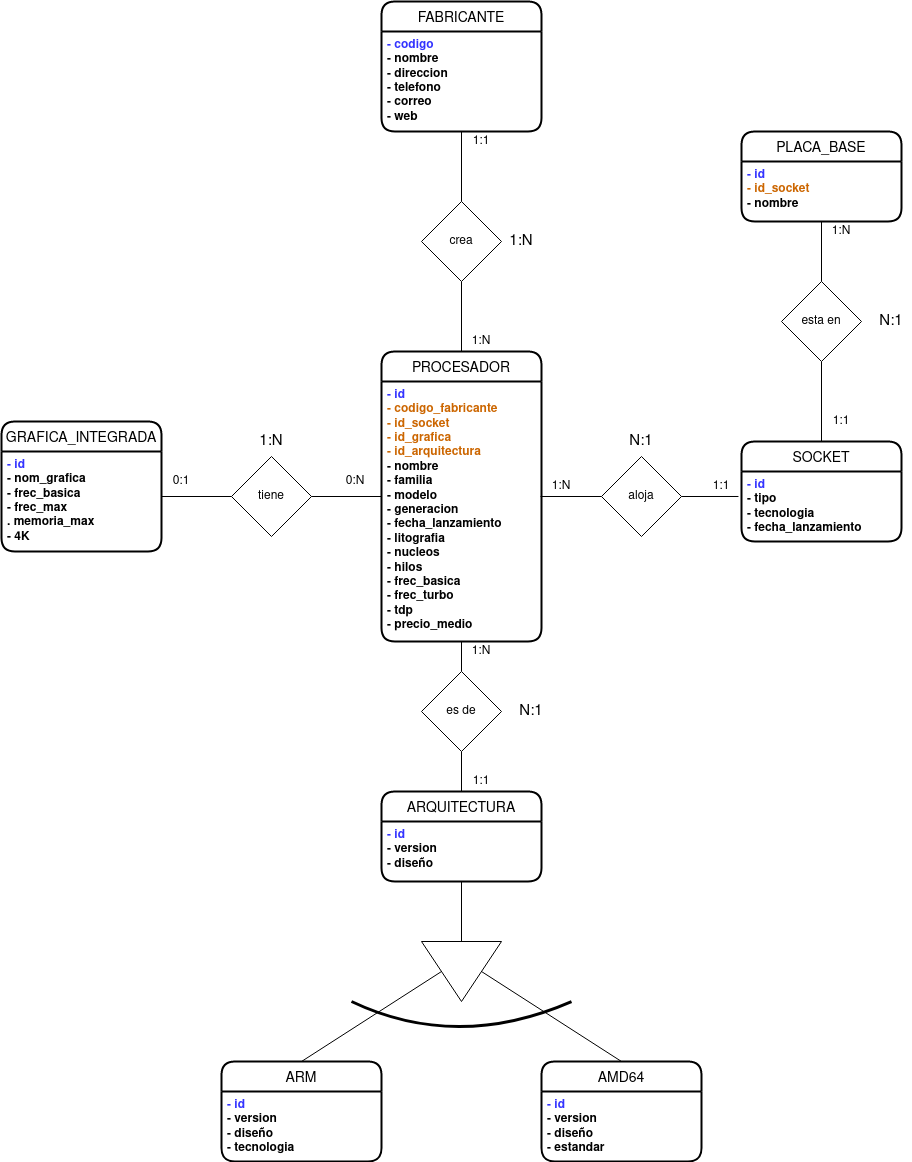
Before: images/Trabajo_Final_BAE(3).png, a diagram exported from draw.io (Alejandro1901/ProcesadoresDB). Source tidied: cells renumbered, new cells last; positions are measured from the earlier drawing's top-left corner, leaving out a move shared by most shapes.
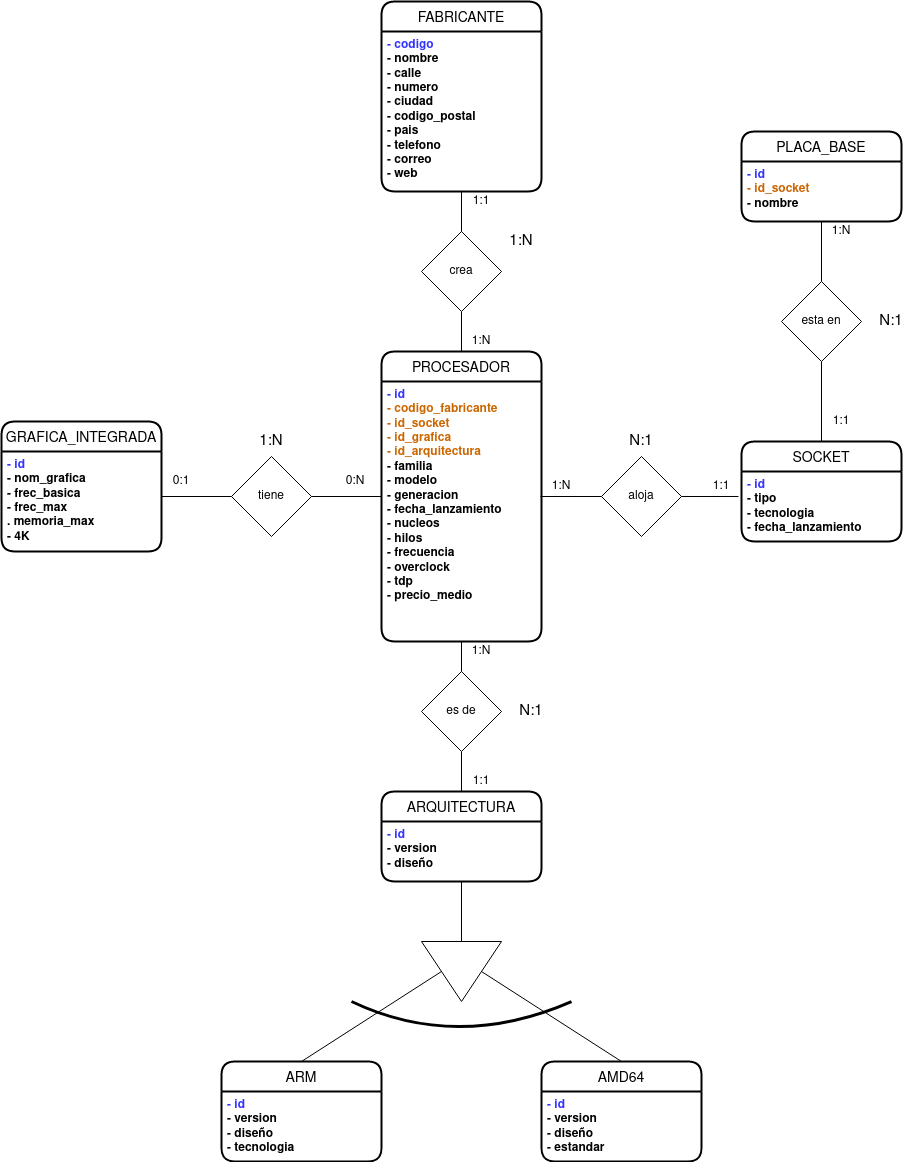
Above is the later version.

Commit message:
actualizacion diagramas e-r

Diff of the diagram source:
```diff
@@ -5,7 +5,7 @@
     <mxCell id="2" value="PROCESADOR" style="swimlane;horizontal=1;startSize=30;rounded=1;fontSize=14;fontStyle=0;strokeWidth=2;shadow=0;dashed=0;align=center;" parent="1" vertex="1">
       <mxGeometry x="380" y="350" width="160" height="290" as="geometry" />
     </mxCell>
-    <mxCell id="3" value="&lt;div&gt;- id&lt;br&gt;&lt;/div&gt;&lt;font color=&quot;#CC6600&quot;&gt;- codigo_fabricante&lt;br&gt;&lt;/font&gt;&lt;div&gt;&lt;font color=&quot;#CC6600&quot;&gt;- id_socket&lt;br&gt;&lt;/font&gt;&lt;/div&gt;&lt;div&gt;&lt;font color=&quot;#CC6600&quot;&gt;- id_grafica&lt;/font&gt;&lt;br&gt;&lt;/div&gt;&lt;div&gt;&lt;font color=&quot;#CC6600&quot;&gt;- id_arquitectura&lt;/font&gt;&lt;br&gt;&lt;font color=&quot;#CC6600&quot;&gt;&lt;font color=&quot;#000000&quot;&gt;- nombre&lt;/font&gt;&lt;/font&gt;&lt;/div&gt;&lt;div&gt;&lt;font color=&quot;#CC6600&quot;&gt;&lt;font color=&quot;#000000&quot;&gt;- familia&lt;br&gt;&lt;/font&gt;&lt;/font&gt;&lt;/div&gt;&lt;div&gt;&lt;font color=&quot;#CC6600&quot;&gt;&lt;font color=&quot;#000000&quot;&gt;- modelo&lt;/font&gt;&lt;/font&gt;&lt;/div&gt;&lt;div&gt;&lt;font color=&quot;#CC6600&quot;&gt;&lt;font color=&quot;#000000&quot;&gt;- generacion&lt;/font&gt;&lt;/font&gt;&lt;/div&gt;&lt;div&gt;&lt;font color=&quot;#CC6600&quot;&gt;&lt;font color=&quot;#000000&quot;&gt;- fecha_lanzamiento&lt;/font&gt;&lt;/font&gt;&lt;/div&gt;&lt;div&gt;&lt;font color=&quot;#CC6600&quot;&gt;&lt;font color=&quot;#000000&quot;&gt;- litografia&lt;/font&gt;&lt;/font&gt;&lt;/div&gt;&lt;div&gt;&lt;font color=&quot;#CC6600&quot;&gt;&lt;font color=&quot;#000000&quot;&gt;- nucleos&lt;/font&gt;&lt;/font&gt;&lt;/div&gt;&lt;div&gt;&lt;font color=&quot;#CC6600&quot;&gt;&lt;font color=&quot;#000000&quot;&gt;- hilos&lt;/font&gt;&lt;/font&gt;&lt;/div&gt;&lt;div&gt;&lt;font color=&quot;#CC6600&quot;&gt;&lt;font color=&quot;#000000&quot;&gt;- frec_basica&lt;/font&gt;&lt;/font&gt;&lt;/div&gt;&lt;div&gt;&lt;font color=&quot;#CC6600&quot;&gt;&lt;font color=&quot;#000000&quot;&gt;- frec_turbo&lt;/font&gt;&lt;/font&gt;&lt;/div&gt;&lt;div&gt;&lt;font color=&quot;#CC6600&quot;&gt;&lt;font color=&quot;#000000&quot;&gt;- tdp&lt;/font&gt;&lt;/font&gt;&lt;/div&gt;&lt;div&gt;&lt;font color=&quot;#000000&quot;&gt;- precio_medio&lt;/font&gt;&lt;br&gt;&lt;/div&gt;" style="align=left;strokeColor=none;fillColor=none;spacingLeft=4;fontSize=12;verticalAlign=top;fontStyle=1;fontColor=#3333FF;html=1;" parent="2" vertex="1">
+    <mxCell id="3" value="&lt;div&gt;- id&lt;br&gt;&lt;/div&gt;&lt;font color=&quot;#CC6600&quot;&gt;- codigo_fabricante&lt;br&gt;&lt;/font&gt;&lt;div&gt;&lt;font color=&quot;#CC6600&quot;&gt;- id_socket&lt;br&gt;&lt;/font&gt;&lt;/div&gt;&lt;div&gt;&lt;font color=&quot;#CC6600&quot;&gt;- id_grafica&lt;/font&gt;&lt;br&gt;&lt;/div&gt;&lt;div&gt;&lt;font color=&quot;#CC6600&quot;&gt;- id_arquitectura&lt;/font&gt;&lt;br&gt;&lt;/div&gt;&lt;div&gt;&lt;font color=&quot;#CC6600&quot;&gt;&lt;font color=&quot;#000000&quot;&gt;- familia&lt;br&gt;&lt;/font&gt;&lt;/font&gt;&lt;/div&gt;&lt;div&gt;&lt;font color=&quot;#CC6600&quot;&gt;&lt;font color=&quot;#000000&quot;&gt;- modelo&lt;/font&gt;&lt;/font&gt;&lt;/div&gt;&lt;div&gt;&lt;font color=&quot;#CC6600&quot;&gt;&lt;font color=&quot;#000000&quot;&gt;- generacion&lt;/font&gt;&lt;/font&gt;&lt;/div&gt;&lt;div&gt;&lt;font color=&quot;#CC6600&quot;&gt;&lt;font color=&quot;#000000&quot;&gt;- fecha_lanzamiento&lt;/font&gt;&lt;/font&gt;&lt;/div&gt;&lt;div&gt;&lt;font color=&quot;#CC6600&quot;&gt;&lt;font color=&quot;#000000&quot;&gt;- nucleos&lt;/font&gt;&lt;/font&gt;&lt;/div&gt;&lt;div&gt;&lt;font color=&quot;#CC6600&quot;&gt;&lt;font color=&quot;#000000&quot;&gt;- hilos&lt;/font&gt;&lt;/font&gt;&lt;/div&gt;&lt;div&gt;&lt;font color=&quot;#CC6600&quot;&gt;&lt;font color=&quot;#000000&quot;&gt;- frecuencia&lt;/font&gt;&lt;/font&gt;&lt;/div&gt;&lt;div&gt;&lt;font color=&quot;#CC6600&quot;&gt;&lt;font color=&quot;#000000&quot;&gt;- overclock&lt;br&gt;&lt;/font&gt;&lt;/font&gt;&lt;/div&gt;&lt;div&gt;&lt;font color=&quot;#CC6600&quot;&gt;&lt;font color=&quot;#000000&quot;&gt;- tdp&lt;/font&gt;&lt;/font&gt;&lt;/div&gt;&lt;div&gt;&lt;font color=&quot;#000000&quot;&gt;- precio_medio&lt;/font&gt;&lt;br&gt;&lt;/div&gt;" style="align=left;strokeColor=none;fillColor=none;spacingLeft=4;fontSize=12;verticalAlign=top;fontStyle=1;fontColor=#3333FF;html=1;" parent="2" vertex="1">
       <mxGeometry y="30" width="160" height="260" as="geometry" />
     </mxCell>
     <mxCell id="4" value="GRAFICA_INTEGRADA" style="swimlane;horizontal=1;startSize=30;rounded=1;fontSize=14;fontStyle=0;strokeWidth=2;shadow=0;dashed=0;align=center;" parent="1" vertex="1">
@@ -21,10 +21,10 @@
       <mxGeometry y="30" width="160" height="70" as="geometry" />
     </mxCell>
     <mxCell id="8" value="FABRICANTE" style="swimlane;horizontal=1;startSize=30;rounded=1;fontSize=14;fontStyle=0;strokeWidth=2;shadow=0;dashed=0;align=center;" parent="1" vertex="1">
-      <mxGeometry x="380" width="160" height="130" as="geometry" />
+      <mxGeometry x="380" width="160" height="190" as="geometry" />
     </mxCell>
-    <mxCell id="9" value="&lt;div&gt;- codigo&lt;/div&gt;&lt;div&gt;&lt;font color=&quot;#000000&quot;&gt;- nombre&lt;/font&gt;&lt;/div&gt;&lt;div&gt;&lt;font color=&quot;#000000&quot;&gt;- direccion&lt;/font&gt;&lt;/div&gt;&lt;div&gt;&lt;font color=&quot;#000000&quot;&gt;- telefono&lt;/font&gt;&lt;/div&gt;&lt;div&gt;&lt;font color=&quot;#000000&quot;&gt;- correo&lt;/font&gt;&lt;/div&gt;&lt;div&gt;&lt;font color=&quot;#000000&quot;&gt;- web&lt;/font&gt;&lt;br&gt;&lt;/div&gt;" style="align=left;strokeColor=none;fillColor=none;spacingLeft=4;fontSize=12;verticalAlign=top;fontStyle=1;fontColor=#3333FF;html=1;" parent="8" vertex="1">
-      <mxGeometry y="30" width="160" height="100" as="geometry" />
+    <mxCell id="9" value="&lt;div&gt;- codigo&lt;/div&gt;&lt;div&gt;&lt;font color=&quot;#000000&quot;&gt;- nombre&lt;/font&gt;&lt;/div&gt;&lt;div&gt;&lt;div&gt;&lt;font color=&quot;#000000&quot;&gt;- calle&lt;/font&gt;&lt;/div&gt;&lt;div&gt;&lt;font color=&quot;#000000&quot;&gt;- numero&lt;br&gt;&lt;/font&gt;&lt;/div&gt;&lt;div&gt;&lt;font color=&quot;#000000&quot;&gt;- ciudad&lt;/font&gt;&lt;/div&gt;&lt;div&gt;&lt;font color=&quot;#000000&quot;&gt;- codigo_postal&lt;br&gt;&lt;/font&gt;&lt;/div&gt;&lt;font color=&quot;#000000&quot;&gt;- pais&lt;/font&gt;&lt;/div&gt;&lt;div&gt;&lt;font color=&quot;#000000&quot;&gt;- telefono&lt;/font&gt;&lt;/div&gt;&lt;div&gt;&lt;font color=&quot;#000000&quot;&gt;- correo&lt;/font&gt;&lt;/div&gt;&lt;div&gt;&lt;font color=&quot;#000000&quot;&gt;- web&lt;/font&gt;&lt;br&gt;&lt;/div&gt;" style="align=left;strokeColor=none;fillColor=none;spacingLeft=4;fontSize=12;verticalAlign=top;fontStyle=1;fontColor=#3333FF;html=1;" parent="8" vertex="1">
+      <mxGeometry y="30" width="160" height="160" as="geometry" />
     </mxCell>
     <mxCell id="10" value="ARQUITECTURA" style="swimlane;horizontal=1;startSize=30;rounded=1;fontSize=14;fontStyle=0;strokeWidth=2;shadow=0;dashed=0;align=center;" parent="1" vertex="1">
       <mxGeometry x="380" y="790" width="160" height="90" as="geometry" />
@@ -59,7 +59,7 @@
       <mxGeometry x="600" y="455" width="80" height="80" as="geometry" />
     </mxCell>
     <mxCell id="20" value="crea" style="rhombus;whiteSpace=wrap;html=1;fontColor=#000000;align=center;" parent="1" vertex="1">
-      <mxGeometry x="420" y="200" width="80" height="80" as="geometry" />
+      <mxGeometry x="420" y="230" width="80" height="80" as="geometry" />
     </mxCell>
     <mxCell id="21" style="endArrow=none;html=1;fontColor=#000000;entryX=0;entryY=0.5;entryDx=0;entryDy=0;" parent="1" edge="1" target="19">
       <mxGeometry relative="1" as="geometry">
@@ -109,7 +109,7 @@
       <mxGeometry x="460" y="330" width="40" height="20" as="geometry" />
     </mxCell>
     <mxCell id="34" value="1:1" style="text;html=1;strokeColor=none;fillColor=none;align=center;verticalAlign=middle;whiteSpace=wrap;rounded=0;fontColor=#000000;" parent="1" vertex="1">
-      <mxGeometry x="460" y="130" width="40" height="20" as="geometry" />
+      <mxGeometry x="460" y="190" width="40" height="20" as="geometry" />
     </mxCell>
     <mxCell id="35" value="&lt;font style=&quot;font-size: 15px&quot;&gt;1:N&lt;/font&gt;" style="text;html=1;strokeColor=none;fillColor=none;align=center;verticalAlign=middle;whiteSpace=wrap;rounded=0;fontColor=#000000;" parent="1" vertex="1">
       <mxGeometry x="500" y="230" width="40" height="20" as="geometry" />
```
